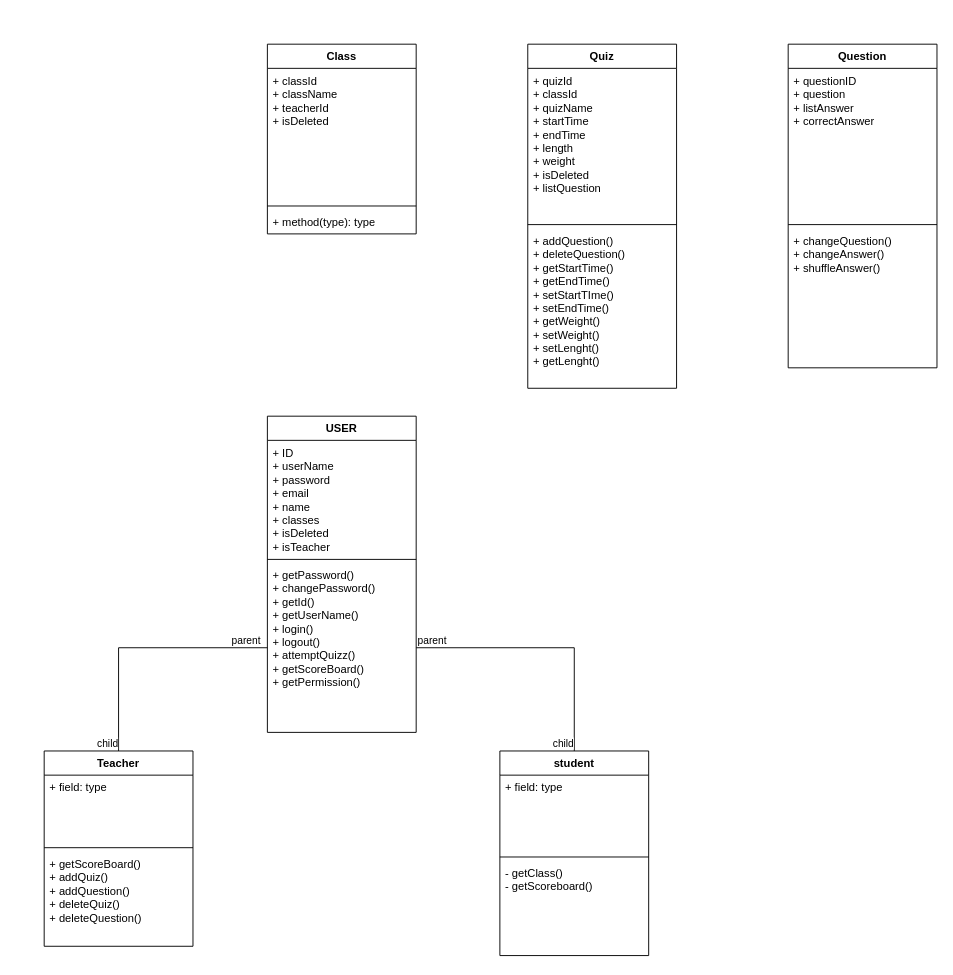
Before: Untitled Diagram.drawio in duythien2212/MiniProject_SE104, a draw.io diagram. Source tidied: cells renumbered, new cells numbered last; positions are measured from the earlier drawing's top-left corner, leaving out a move shared by most shapes. Both pictures are drawn from the tidied source at 93%, with x=0, y=0 at pixel (44, 44).
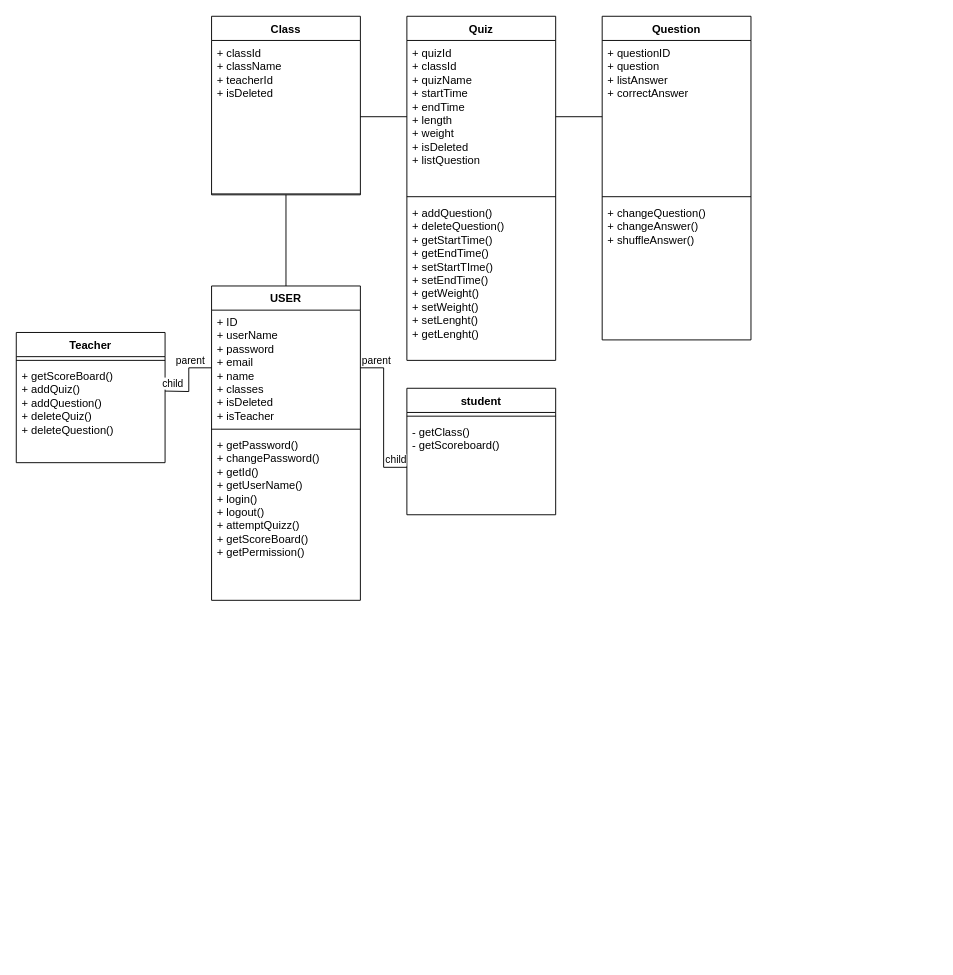
Above is the later version.

The change refers to these unchanged cells:
```xml
<mxCell id="3" value="+ ID&lt;br&gt;+ userName&lt;br&gt;+ password&lt;br&gt;+ email&lt;br&gt;+ name&lt;br&gt;+ classes&lt;br&gt;+ isDeleted&amp;nbsp;&lt;br&gt;+ isTeacher" style="text;strokeColor=none;fillColor=none;align=left;verticalAlign=top;spacingLeft=4;spacingRight=4;overflow=hidden;points=[[0,0.5],[1,0.5]];portConstraint=eastwest;whiteSpace=wrap;html=1;" parent="2" vertex="1">
  <mxGeometry y="26" width="160" height="124" as="geometry" />
</mxCell>
<mxCell id="7" value="+ quizId&lt;br&gt;+ classId&lt;br&gt;+ quizName&lt;br&gt;+ startTime&lt;br&gt;+ endTime&lt;br&gt;+ length&lt;br&gt;+ weight&lt;br&gt;+ isDeleted&lt;br&gt;+ listQuestion" style="text;strokeColor=none;fillColor=none;align=left;verticalAlign=top;spacingLeft=4;spacingRight=4;overflow=hidden;points=[[0,0.5],[1,0.5]];portConstraint=eastwest;whiteSpace=wrap;html=1;" parent="6" vertex="1">
  <mxGeometry y="26" width="160" height="164" as="geometry" />
</mxCell>
<mxCell id="29" value="+ questionID&lt;br&gt;+ question&lt;br&gt;+ listAnswer&lt;br&gt;+ correctAnswer" style="text;strokeColor=none;fillColor=none;align=left;verticalAlign=top;spacingLeft=4;spacingRight=4;overflow=hidden;points=[[0,0.5],[1,0.5]];portConstraint=eastwest;whiteSpace=wrap;html=1;" parent="28" vertex="1">
  <mxGeometry y="26" width="160" height="164" as="geometry" />
</mxCell>
```

The edit, as a diff of the source:
```diff
@@
     <mxCell id="2" value="USER" style="swimlane;fontStyle=1;align=center;verticalAlign=top;horizontal=1;startSize=26;whiteSpace=wrap;html=1;" parent="1" vertex="1">
-      <mxGeometry x="240" y="400" width="160" height="340" as="geometry" />
+      <mxGeometry x="180" y="260" width="160" height="338" as="geometry" />
     </mxCell>
@@
     <mxCell id="5" value="+ getPassword()&amp;nbsp;&lt;br&gt;+ changePassword()&amp;nbsp;&lt;br&gt;+ getId()&amp;nbsp;&lt;br&gt;+ getUserName()&amp;nbsp;&lt;br&gt;+ login()&amp;nbsp;&lt;br&gt;+ logout()&amp;nbsp;&lt;br&gt;+ attemptQuizz()&amp;nbsp;&lt;br&gt;+ getScoreBoard()&amp;nbsp;&lt;br&gt;+ getPermission()&lt;br&gt;" style="text;strokeColor=none;fillColor=none;align=left;verticalAlign=top;spacingLeft=4;spacingRight=4;overflow=hidden;points=[[0,0.5],[1,0.5]];portConstraint=eastwest;whiteSpace=wrap;html=1;" parent="2" vertex="1">
-      <mxGeometry y="158" width="160" height="182" as="geometry" />
+      <mxGeometry y="158" width="160" height="180" as="geometry" />
     </mxCell>
     <mxCell id="6" value="Quiz" style="swimlane;fontStyle=1;align=center;verticalAlign=top;horizontal=1;startSize=26;whiteSpace=wrap;html=1;" parent="1" vertex="1">
-      <mxGeometry x="520" width="160" height="370" as="geometry" />
+      <mxGeometry x="390" y="-30" width="160" height="370" as="geometry" />
     </mxCell>
@@
     <mxCell id="10" value="Class" style="swimlane;fontStyle=1;align=center;verticalAlign=top;horizontal=1;startSize=26;whiteSpace=wrap;html=1;" parent="1" vertex="1">
-      <mxGeometry x="240" width="160" height="204" as="geometry" />
+      <mxGeometry x="180" y="-30" width="160" height="192" as="geometry" />
     </mxCell>
     <mxCell id="11" value="+ classId&lt;br&gt;+ className&lt;br&gt;+ teacherId&lt;br&gt;+ isDeleted&amp;nbsp;&lt;br&gt;" style="text;strokeColor=none;fillColor=none;align=left;verticalAlign=top;spacingLeft=4;spacingRight=4;overflow=hidden;points=[[0,0.5],[1,0.5]];portConstraint=eastwest;whiteSpace=wrap;html=1;" parent="10" vertex="1">
-      <mxGeometry y="26" width="160" height="144" as="geometry" />
+      <mxGeometry y="26" width="160" height="164" as="geometry" />
     </mxCell>
     <mxCell id="12" style="line;strokeWidth=1;fillColor=none;align=left;verticalAlign=middle;spacingTop=-1;spacingLeft=3;spacingRight=3;labelPosition=right;strokeColor=inherit;" parent="10" vertex="1">
-      <mxGeometry y="170" width="160" height="8" as="geometry" />
+      <mxGeometry y="190" width="160" height="2" as="geometry" />
     </mxCell>
-    <mxCell id="13" value="+ method(type): type" style="text;strokeColor=none;fillColor=none;align=left;verticalAlign=top;spacingLeft=4;spacingRight=4;overflow=hidden;whiteSpace=wrap;html=1;" parent="10" vertex="1">
-      <mxGeometry y="178" width="160" height="26" as="geometry" />
-    </mxCell>
     <mxCell id="14" value="student" style="swimlane;fontStyle=1;align=center;verticalAlign=top;horizontal=1;startSize=26;whiteSpace=wrap;html=1;" parent="1" vertex="1">
-      <mxGeometry x="490" y="760" width="160" height="220" as="geometry" />
+      <mxGeometry x="390" y="370" width="160" height="136" as="geometry" />
     </mxCell>
-    <mxCell id="15" value="+ field: type" style="text;strokeColor=none;fillColor=none;align=left;verticalAlign=top;spacingLeft=4;spacingRight=4;overflow=hidden;whiteSpace=wrap;html=1;" parent="14" vertex="1">
-      <mxGeometry y="26" width="160" height="84" as="geometry" />
-    </mxCell>
     <mxCell id="16" style="line;strokeWidth=1;fillColor=none;align=left;verticalAlign=middle;spacingTop=-1;spacingLeft=3;spacingRight=3;labelPosition=right;strokeColor=inherit;" parent="14" vertex="1">
-      <mxGeometry y="110" width="160" height="8" as="geometry" />
+      <mxGeometry y="26" width="160" height="8" as="geometry" />
     </mxCell>
     <mxCell id="17" value="- getClass()&amp;nbsp;&lt;br&gt;- getScoreboard()" style="text;strokeColor=none;fillColor=none;align=left;verticalAlign=top;spacingLeft=4;spacingRight=4;overflow=hidden;points=[[0,0.5],[1,0.5]];portConstraint=eastwest;whiteSpace=wrap;html=1;" parent="14" vertex="1">
-      <mxGeometry y="118" width="160" height="102" as="geometry" />
+      <mxGeometry y="34" width="160" height="102" as="geometry" />
     </mxCell>
     <mxCell id="18" value="Teacher" style="swimlane;fontStyle=1;align=center;verticalAlign=top;horizontal=1;startSize=26;whiteSpace=wrap;html=1;" parent="1" vertex="1">
-      <mxGeometry y="760" width="160" height="210" as="geometry" />
+      <mxGeometry x="-30" y="310" width="160" height="140" as="geometry" />
     </mxCell>
-    <mxCell id="19" value="+ field: type" style="text;strokeColor=none;fillColor=none;align=left;verticalAlign=top;spacingLeft=4;spacingRight=4;overflow=hidden;whiteSpace=wrap;html=1;" parent="18" vertex="1">
-      <mxGeometry y="26" width="160" height="74" as="geometry" />
-    </mxCell>
     <mxCell id="20" style="line;strokeWidth=1;fillColor=none;align=left;verticalAlign=middle;spacingTop=-1;spacingLeft=3;spacingRight=3;labelPosition=right;strokeColor=inherit;" parent="18" vertex="1">
-      <mxGeometry y="100" width="160" height="8" as="geometry" />
+      <mxGeometry y="26" width="160" height="8" as="geometry" />
     </mxCell>
     <mxCell id="21" value="+ getScoreBoard()&amp;nbsp;&lt;br&gt;+ addQuiz()&amp;nbsp;&lt;br&gt;+ addQuestion()&amp;nbsp;&lt;br&gt;+ deleteQuiz()&amp;nbsp;&lt;br&gt;+ deleteQuestion()&amp;nbsp;&lt;br&gt;" style="text;strokeColor=none;fillColor=none;align=left;verticalAlign=top;spacingLeft=4;spacingRight=4;overflow=hidden;whiteSpace=wrap;html=1;" parent="18" vertex="1">
-      <mxGeometry y="108" width="160" height="102" as="geometry" />
+      <mxGeometry y="34" width="160" height="106" as="geometry" />
     </mxCell>
-    <mxCell id="22" style="endArrow=none;html=1;edgeStyle=orthogonalEdgeStyle;rounded=0;exitX=1;exitY=0.5;exitDx=0;exitDy=0;" parent="1" edge="1" source="5" target="14">
+    <mxCell id="22" style="endArrow=none;html=1;edgeStyle=orthogonalEdgeStyle;rounded=0;exitX=1;exitY=0.5;exitDx=0;exitDy=0;" parent="1" edge="1" source="3" target="17">
       <mxGeometry relative="1" as="geometry" />
     </mxCell>
@@
-    <mxCell id="25" style="endArrow=none;html=1;edgeStyle=orthogonalEdgeStyle;rounded=0;entryX=0.5;entryY=0;entryDx=0;entryDy=0;" parent="1" edge="1" source="5" target="18">
-      <mxGeometry relative="1" as="geometry" />
+    <mxCell id="25" style="endArrow=none;html=1;edgeStyle=orthogonalEdgeStyle;rounded=0;entryX=1;entryY=0.5;entryDx=0;entryDy=0;exitX=0;exitY=0.5;exitDx=0;exitDy=0;" parent="1" edge="1" source="3">
+      <mxGeometry relative="1" as="geometry">
+        <mxPoint x="130" y="373" as="targetPoint" />
+      </mxGeometry>
     </mxCell>
@@
     <mxCell id="27" value="child" style="edgeLabel;html=1;align=right;verticalAlign=bottom;" parent="25" vertex="1">
-      <mxGeometry x="1" relative="1" as="geometry" />
+      <mxGeometry x="1" relative="1" as="geometry">
+        <mxPoint x="20" as="offset" />
+      </mxGeometry>
     </mxCell>
     <mxCell id="28" value="Question" style="swimlane;fontStyle=1;align=center;verticalAlign=top;horizontal=1;startSize=26;whiteSpace=wrap;html=1;" parent="1" vertex="1">
-      <mxGeometry x="800" width="160" height="348" as="geometry" />
+      <mxGeometry x="600" y="-30" width="160" height="348" as="geometry" />
     </mxCell>
@@
+    <mxCell id="32" style="edgeStyle=orthogonalEdgeStyle;rounded=0;jettySize=auto;html=1;exitX=1;exitY=0.5;exitDx=0;exitDy=0;entryX=0;entryY=0.5;entryDx=0;entryDy=0;endArrow=none;endFill=0;" parent="1" edge="1" source="11" target="7">
+      <mxGeometry relative="1" as="geometry" />
+    </mxCell>
+    <mxCell id="33" style="edgeStyle=orthogonalEdgeStyle;rounded=0;jettySize=auto;html=1;exitX=1;exitY=0.5;exitDx=0;exitDy=0;endArrow=none;endFill=0;" parent="1" edge="1" source="7" target="29">
+      <mxGeometry relative="1" as="geometry" />
+    </mxCell>
+    <mxCell id="34" style="edgeStyle=orthogonalEdgeStyle;rounded=0;jettySize=auto;html=1;exitX=0.5;exitY=0;exitDx=0;exitDy=0;entryX=0.5;entryY=1;entryDx=0;entryDy=0;endArrow=none;endFill=0;" parent="1" edge="1" source="2" target="10">
+      <mxGeometry relative="1" as="geometry" />
+    </mxCell>
```
